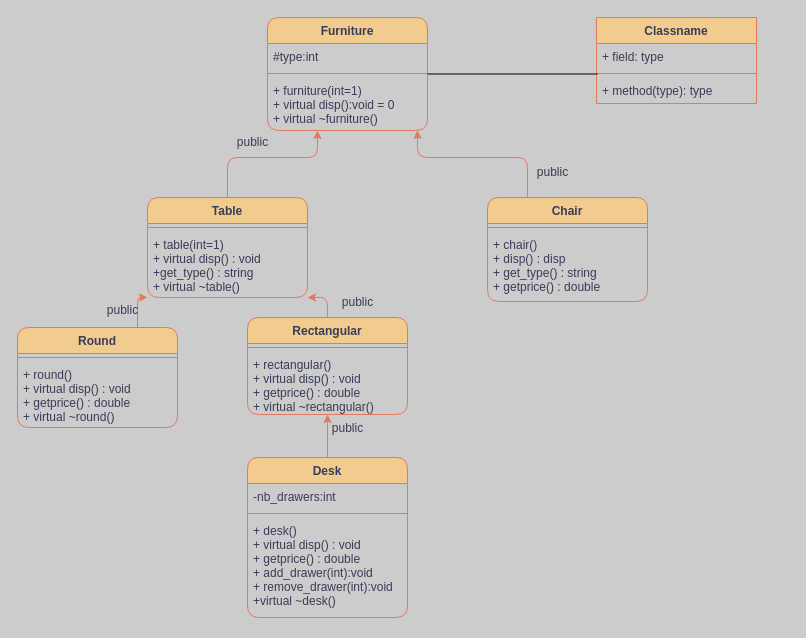
The draw.io diagram page "UML3" (3 of 3) of examcpp.drawio in joachimsonigo/ExamCpp, before the edit. Source tidied: cells renumbered, new cells numbered last; positions are measured from the earlier drawing's top-left corner, leaving out a move shared by most shapes. Both pictures are drawn from the tidied source at 100%, with x=0, y=0 at pixel (17, 17).
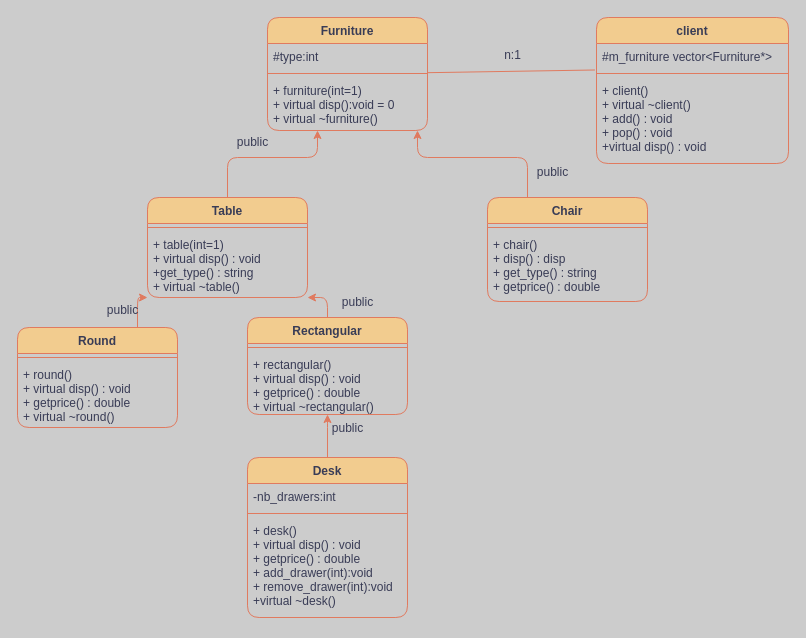
After the change.

Unchanged cells that the change refers to:
```xml
<mxCell id="2" value="Furniture" style="swimlane;fontStyle=1;align=center;verticalAlign=top;horizontal=1;startSize=26;rounded=1;labelBackgroundColor=none;fillColor=#F2CC8F;strokeColor=#E07A5F;fontColor=#393C56;" parent="1" vertex="1">
  <mxGeometry x="250" width="160" height="113" as="geometry" />
</mxCell>
```

Diff of the diagram source:
```diff
@@
-    <mxCell id="32" value="Classname" style="swimlane;fontStyle=1;align=center;verticalAlign=top;horizontal=1;startSize=26;strokeColor=#E07A5F;fontColor=#393C56;fillColor=#F2CC8F;" parent="1" vertex="1">
-      <mxGeometry x="579" width="160" height="86" as="geometry" />
+    <mxCell id="32" value="client" style="swimlane;fontStyle=1;align=center;verticalAlign=top;horizontal=1;startSize=26;strokeColor=#E07A5F;fontColor=#393C56;fillColor=#F2CC8F;rounded=1;labelBackgroundColor=none;" parent="1" vertex="1">
+      <mxGeometry x="579" width="192" height="146" as="geometry" />
     </mxCell>
-    <mxCell id="33" value="+ field: type" style="text;strokeColor=none;fillColor=none;align=left;verticalAlign=top;spacingLeft=4;spacingRight=4;overflow=hidden;points=[[0,0.5],[1,0.5]];portConstraint=eastwest;fontColor=#393C56;" parent="32" vertex="1">
-      <mxGeometry y="26" width="160" height="26" as="geometry" />
+    <mxCell id="33" value="#m_furniture vector&lt;Furniture*&gt;" style="text;strokeColor=none;fillColor=none;align=left;verticalAlign=top;spacingLeft=4;spacingRight=4;overflow=hidden;points=[[0,0.5],[1,0.5]];portConstraint=eastwest;fontColor=#393C56;rounded=1;labelBackgroundColor=none;" parent="32" vertex="1">
+      <mxGeometry y="26" width="192" height="26" as="geometry" />
     </mxCell>
-    <mxCell id="34" style="line;strokeWidth=1;fillColor=none;align=left;verticalAlign=middle;spacingTop=-1;spacingLeft=3;spacingRight=3;labelPosition=right;strokeColor=inherit;fontColor=#393C56;" parent="32" vertex="1">
-      <mxGeometry y="52" width="160" height="8" as="geometry" />
+    <mxCell id="34" style="line;strokeWidth=1;fillColor=none;align=left;verticalAlign=middle;spacingTop=-1;spacingLeft=3;spacingRight=3;labelPosition=right;strokeColor=#E07A5F;fontColor=#393C56;rounded=1;labelBackgroundColor=none;" parent="32" vertex="1">
+      <mxGeometry y="52" width="192" height="8" as="geometry" />
     </mxCell>
-    <mxCell id="35" value="+ method(type): type" style="text;strokeColor=none;fillColor=none;align=left;verticalAlign=top;spacingLeft=4;spacingRight=4;overflow=hidden;fontColor=#393C56;" parent="32" vertex="1">
-      <mxGeometry y="60" width="160" height="26" as="geometry" />
+    <mxCell id="35" value="+ client()&#10;+ virtual ~client()&#10;+ add() : void&#10;+ pop() : void&#10;+virtual disp() : void" style="text;strokeColor=none;fillColor=none;align=left;verticalAlign=top;spacingLeft=4;spacingRight=4;overflow=hidden;fontColor=#393C56;rounded=1;labelBackgroundColor=none;" parent="32" vertex="1">
+      <mxGeometry y="60" width="192" height="86" as="geometry" />
     </mxCell>
-    <mxCell id="36" style="line;strokeWidth=1;fillColor=none;align=left;verticalAlign=middle;spacingTop=-1;spacingLeft=3;spacingRight=3;labelPosition=right;strokeColor=inherit;fontColor=#393C56;" parent="1" vertex="1">
-      <mxGeometry x="410" y="52.5" width="170" height="8" as="geometry" />
-    </mxCell>
+    <mxCell id="37" style="endArrow=none;html=1;rounded=0;strokeColor=#E07A5F;fontColor=#393C56;fillColor=#F2CC8F;entryX=-0.008;entryY=1.019;entryDx=0;entryDy=0;entryPerimeter=0;" parent="1" edge="1" source="2" target="33">
+      <mxGeometry relative="1" as="geometry" />
+    </mxCell>
+    <mxCell id="38" value="n:1" style="text;html=1;align=center;verticalAlign=middle;strokeColor=none;fillColor=none;fontColor=#393C56;" parent="1" vertex="1">
+      <mxGeometry x="477" y="25" width="35" height="26" as="geometry" />
+    </mxCell>
```
